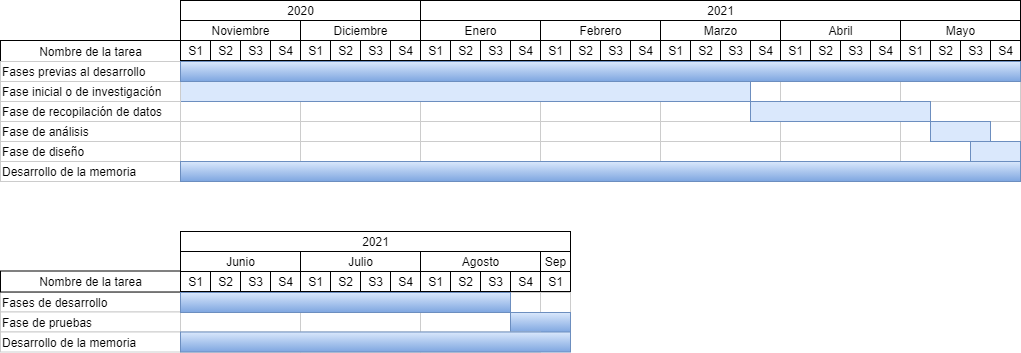
This is Memoria/imagenes/gantt.png from mcarmona99/TFG, a draw.io export, as it was before one commit. Source tidied: cells renumbered, new cells last; positions are measured from the earlier drawing's top-left corner, leaving out a move shared by most shapes.
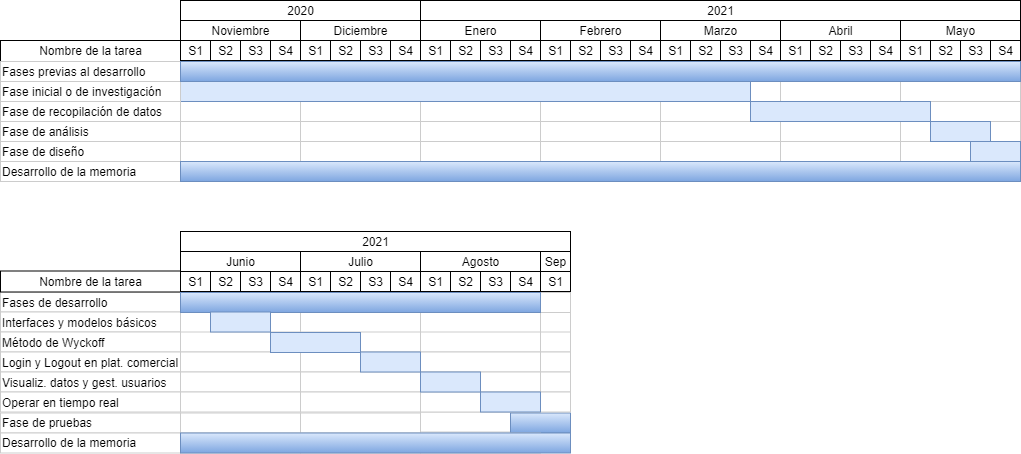
After the change.

What changed in the source:
```diff
@@ -2,6 +2,9 @@
   <root>
     <mxCell id="0" style="html=1;" />
     <mxCell id="1" style="html=1;" parent="0" />
+    <mxCell id="130" style="align=left;strokeColor=#CCCCCC;html=1;" parent="1" vertex="1">
+      <mxGeometry x="420" y="411.5" width="120" height="20" as="geometry" />
+    </mxCell>
     <mxCell id="2" value="Enero" style="strokeWidth=1;fontStyle=0;html=1;" parent="1" vertex="1">
       <mxGeometry x="420" y="20" width="120" height="20" as="geometry" />
     </mxCell>
@@ -329,7 +332,7 @@
     <mxCell id="110" value="Fases de desarrollo" style="align=left;strokeColor=#CCCCCC;html=1;" parent="1" vertex="1">
       <mxGeometry y="291.5" width="180" height="20" as="geometry" />
     </mxCell>
-    <mxCell id="111" value="Fase de pruebas" style="align=left;strokeColor=#CCCCCC;html=1;" parent="1" vertex="1">
+    <mxCell id="111" value="Interfaces y modelos básicos" style="align=left;strokeColor=#CCCCCC;html=1;" parent="1" vertex="1">
       <mxGeometry y="311.5" width="180" height="20" as="geometry" />
     </mxCell>
     <mxCell id="112" value="Nombre de la tarea" style="strokeWidth=1;fontStyle=0;html=1;" parent="1" vertex="1">
@@ -339,10 +342,10 @@
       <mxGeometry x="180" y="231" width="390" height="20" as="geometry" />
     </mxCell>
     <mxCell id="114" style="align=left;strokeColor=#6c8ebf;html=1;fillColor=#dae8fc;gradientColor=#7ea6e0;" parent="1" vertex="1">
-      <mxGeometry x="180" y="292" width="330" height="20" as="geometry" />
+      <mxGeometry x="180" y="292" width="360" height="20" as="geometry" />
     </mxCell>
     <mxCell id="115" style="align=left;strokeColor=#6c8ebf;html=1;fillColor=#dae8fc;gradientColor=#7ea6e0;" parent="1" vertex="1">
-      <mxGeometry x="510" y="312" width="60" height="20" as="geometry" />
+      <mxGeometry x="510" y="412.5" width="60" height="20" as="geometry" />
     </mxCell>
     <mxCell id="116" style="align=left;strokeColor=#CCCCCC;html=1;" parent="1" vertex="1">
       <mxGeometry x="180" y="161" width="120" height="20" as="geometry" />
@@ -380,11 +383,95 @@
     <mxCell id="127" style="align=left;strokeColor=#CCCCCC;html=1;" parent="1" vertex="1">
       <mxGeometry x="420" y="331.5" width="120" height="20" as="geometry" />
     </mxCell>
-    <mxCell id="128" value="Desarrollo de la memoria" style="align=left;strokeColor=#CCCCCC;html=1;" parent="1" vertex="1">
+    <mxCell id="128" value="Método de Wyckoff" style="align=left;strokeColor=#CCCCCC;html=1;" parent="1" vertex="1">
       <mxGeometry y="331.5" width="180" height="20" as="geometry" />
     </mxCell>
-    <mxCell id="129" style="align=left;strokeColor=#6c8ebf;html=1;fillColor=#dae8fc;gradientColor=#7ea6e0;" parent="1" vertex="1">
-      <mxGeometry x="180" y="331.5" width="390" height="20" as="geometry" />
-    </mxCell>
+    <mxCell id="131" style="align=left;strokeColor=#CCCCCC;html=1;" parent="1" vertex="1">
+      <mxGeometry x="180" y="351.5" width="120" height="20" as="geometry" />
+    </mxCell>
+    <mxCell id="132" style="align=left;strokeColor=#CCCCCC;html=1;" parent="1" vertex="1">
+      <mxGeometry x="300" y="351.5" width="120" height="20" as="geometry" />
+    </mxCell>
+    <mxCell id="133" style="align=left;strokeColor=#CCCCCC;html=1;" parent="1" vertex="1">
+      <mxGeometry x="420" y="351.5" width="120" height="20" as="geometry" />
+    </mxCell>
+    <mxCell id="134" value="Login y Logout en plat. comercial" style="align=left;strokeColor=#CCCCCC;html=1;" parent="1" vertex="1">
+      <mxGeometry y="351.5" width="180" height="20" as="geometry" />
+    </mxCell>
+    <mxCell id="135" style="align=left;strokeColor=#CCCCCC;html=1;" parent="1" vertex="1">
+      <mxGeometry x="180" y="371.5" width="120" height="20" as="geometry" />
+    </mxCell>
+    <mxCell id="136" style="align=left;strokeColor=#CCCCCC;html=1;" parent="1" vertex="1">
+      <mxGeometry x="300" y="371.5" width="120" height="20" as="geometry" />
+    </mxCell>
+    <mxCell id="137" style="align=left;strokeColor=#CCCCCC;html=1;" parent="1" vertex="1">
+      <mxGeometry x="420" y="371.5" width="120" height="20" as="geometry" />
+    </mxCell>
+    <mxCell id="138" value="Visualiz. datos y gest. usuarios" style="align=left;strokeColor=#CCCCCC;html=1;" parent="1" vertex="1">
+      <mxGeometry y="371.5" width="180" height="20" as="geometry" />
+    </mxCell>
+    <mxCell id="139" style="align=left;strokeColor=#CCCCCC;html=1;" parent="1" vertex="1">
+      <mxGeometry x="180" y="391.5" width="120" height="20" as="geometry" />
+    </mxCell>
+    <mxCell id="140" style="align=left;strokeColor=#CCCCCC;html=1;" parent="1" vertex="1">
+      <mxGeometry x="300" y="391.5" width="120" height="20" as="geometry" />
+    </mxCell>
+    <mxCell id="141" style="align=left;strokeColor=#CCCCCC;html=1;" parent="1" vertex="1">
+      <mxGeometry x="420" y="391.5" width="120" height="20" as="geometry" />
+    </mxCell>
+    <mxCell id="142" value="Operar en tiempo real" style="align=left;strokeColor=#CCCCCC;html=1;" parent="1" vertex="1">
+      <mxGeometry y="391.5" width="180" height="20" as="geometry" />
+    </mxCell>
+    <mxCell id="143" style="align=left;strokeColor=#CCCCCC;html=1;" parent="1" vertex="1">
+      <mxGeometry x="180" y="412.5" width="120" height="20" as="geometry" />
+    </mxCell>
+    <mxCell id="144" style="align=left;strokeColor=#CCCCCC;html=1;" parent="1" vertex="1">
+      <mxGeometry x="300" y="412.5" width="120" height="20" as="geometry" />
+    </mxCell>
+    <mxCell id="145" value="Fase de pruebas" style="align=left;strokeColor=#CCCCCC;html=1;" parent="1" vertex="1">
+      <mxGeometry y="412.5" width="180" height="20" as="geometry" />
+    </mxCell>
+    <mxCell id="146" style="align=left;strokeColor=#CCCCCC;html=1;" parent="1" vertex="1">
+      <mxGeometry x="180" y="432.5" width="120" height="20" as="geometry" />
+    </mxCell>
+    <mxCell id="147" style="align=left;strokeColor=#CCCCCC;html=1;" parent="1" vertex="1">
+      <mxGeometry x="300" y="432.5" width="120" height="20" as="geometry" />
+    </mxCell>
+    <mxCell id="148" style="align=left;strokeColor=#CCCCCC;html=1;" parent="1" vertex="1">
+      <mxGeometry x="420" y="432.5" width="120" height="20" as="geometry" />
+    </mxCell>
+    <mxCell id="149" value="Desarrollo de la memoria" style="align=left;strokeColor=#CCCCCC;html=1;" parent="1" vertex="1">
+      <mxGeometry y="432.5" width="180" height="20" as="geometry" />
+    </mxCell>
+    <mxCell id="150" style="align=left;strokeColor=#6c8ebf;html=1;fillColor=#dae8fc;gradientColor=#7ea6e0;" parent="1" vertex="1">
+      <mxGeometry x="180" y="432.5" width="390" height="20" as="geometry" />
+    </mxCell>
+    <mxCell id="151" style="align=left;strokeColor=#6c8ebf;html=1;fillColor=#dae8fc;" parent="1" vertex="1">
+      <mxGeometry x="210" y="311.5" width="60" height="20" as="geometry" />
+    </mxCell>
+    <mxCell id="152" style="align=left;strokeColor=#6c8ebf;html=1;fillColor=#dae8fc;" parent="1" vertex="1">
+      <mxGeometry x="270" y="332" width="90" height="20" as="geometry" />
+    </mxCell>
+    <mxCell id="153" style="align=left;strokeColor=#6c8ebf;html=1;fillColor=#dae8fc;" parent="1" vertex="1">
+      <mxGeometry x="360" y="351.5" width="60" height="20" as="geometry" />
+    </mxCell>
+    <mxCell id="154" style="align=left;strokeColor=#6c8ebf;html=1;fillColor=#dae8fc;" parent="1" vertex="1">
+      <mxGeometry x="420" y="371.5" width="60" height="20" as="geometry" />
+    </mxCell>
+    <mxCell id="155" style="align=left;strokeColor=#CCCCCC;html=1;" parent="1" vertex="1">
+      <mxGeometry x="540" y="331.5" width="30" height="20" as="geometry" />
+    </mxCell>
+    <mxCell id="156" style="align=left;strokeColor=#CCCCCC;html=1;" parent="1" vertex="1">
+      <mxGeometry x="540" y="351.5" width="30" height="20" as="geometry" />
+    </mxCell>
+    <mxCell id="157" style="align=left;strokeColor=#CCCCCC;html=1;" parent="1" vertex="1">
+      <mxGeometry x="540" y="371.5" width="30" height="20" as="geometry" />
+    </mxCell>
+    <mxCell id="158" style="align=left;strokeColor=#CCCCCC;html=1;" parent="1" vertex="1">
+      <mxGeometry x="540" y="391.5" width="30" height="20" as="geometry" />
+    </mxCell>
+    <mxCell id="159" style="align=left;strokeColor=#6c8ebf;html=1;fillColor=#dae8fc;" parent="1" vertex="1">
+      <mxGeometry x="480" y="391.5" width="60" height="20" as="geometry" />
+    </mxCell>
   </root>
 </mxGraphModel>
```
